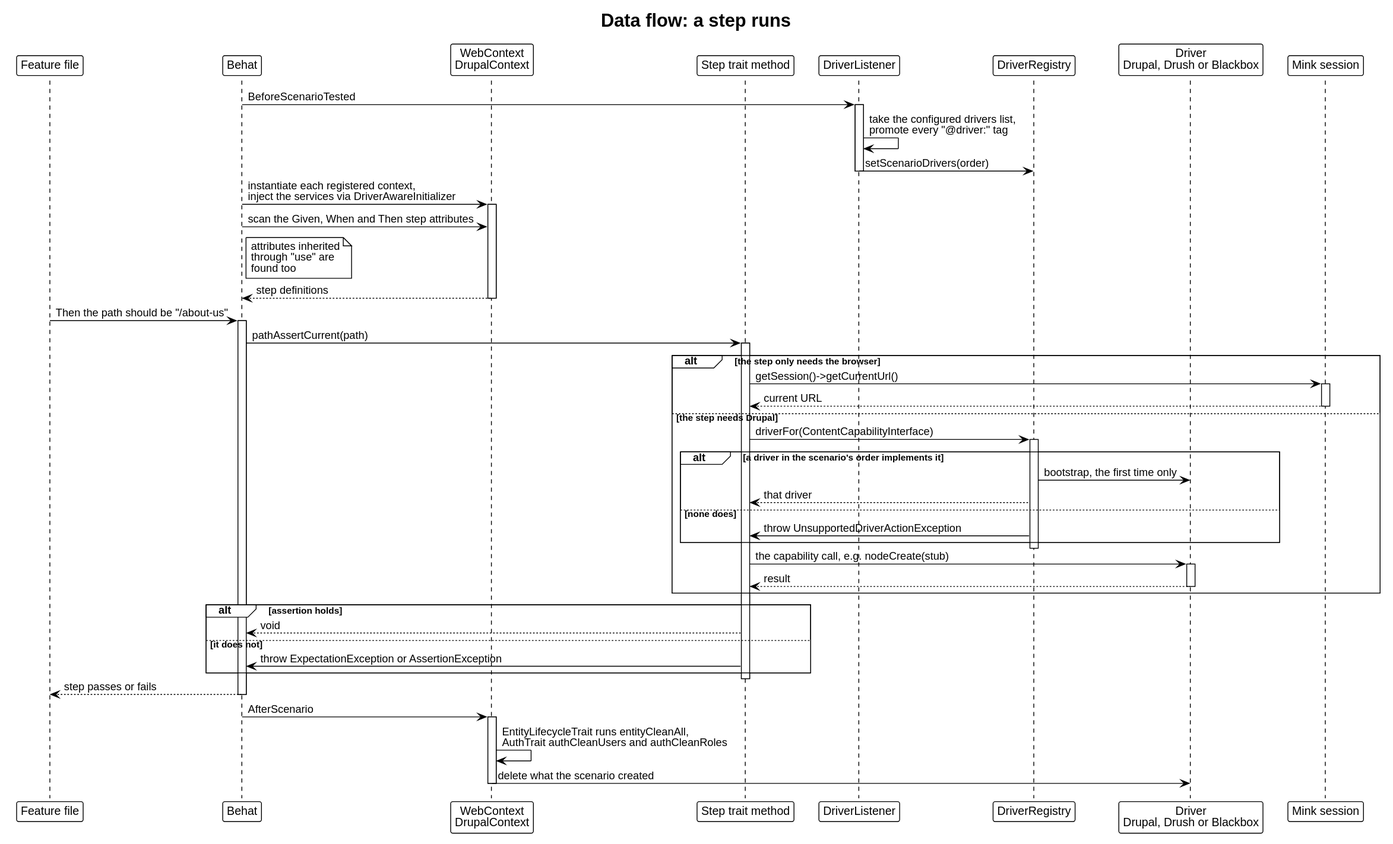
This is docs/architecture/dataflow-step.svg from drevops/behat-steps, a PlantUML export, as it was before one commit.
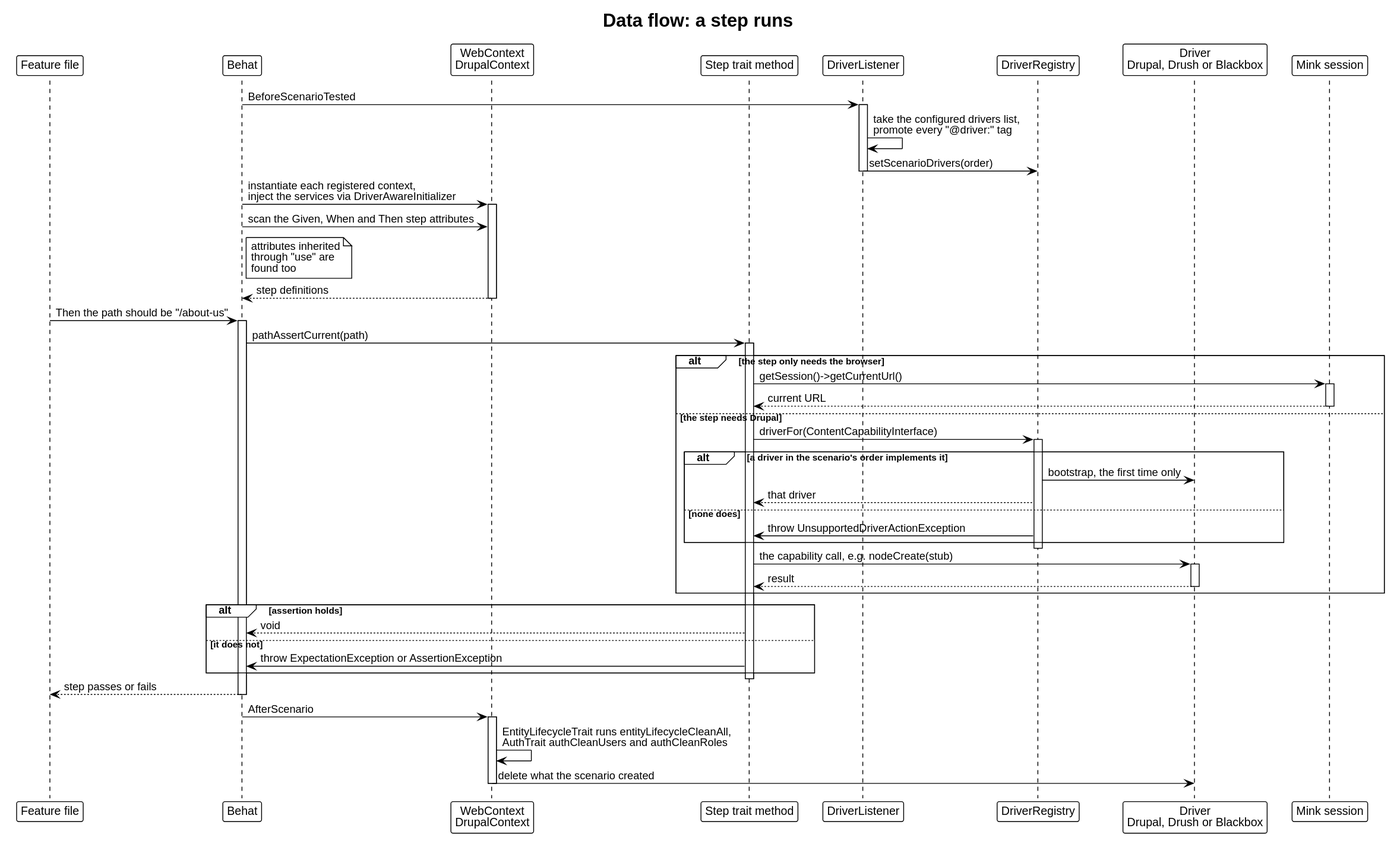
The same diagram one commit later.

The edit, as a diff of the source:
```diff
@@ -65,7 +65,7 @@
 
 Behat -> Ctx: AfterScenario
 activate Ctx
-Ctx -> Ctx: EntityLifecycleTrait runs entityCleanAll,\nAuthTrait authCleanUsers and authCleanRoles
+Ctx -> Ctx: EntityLifecycleTrait runs entityLifecycleCleanAll,\nAuthTrait authCleanUsers and authCleanRoles
 Ctx -> Driver: delete what the scenario created
 deactivate Ctx
 @enduml
```
